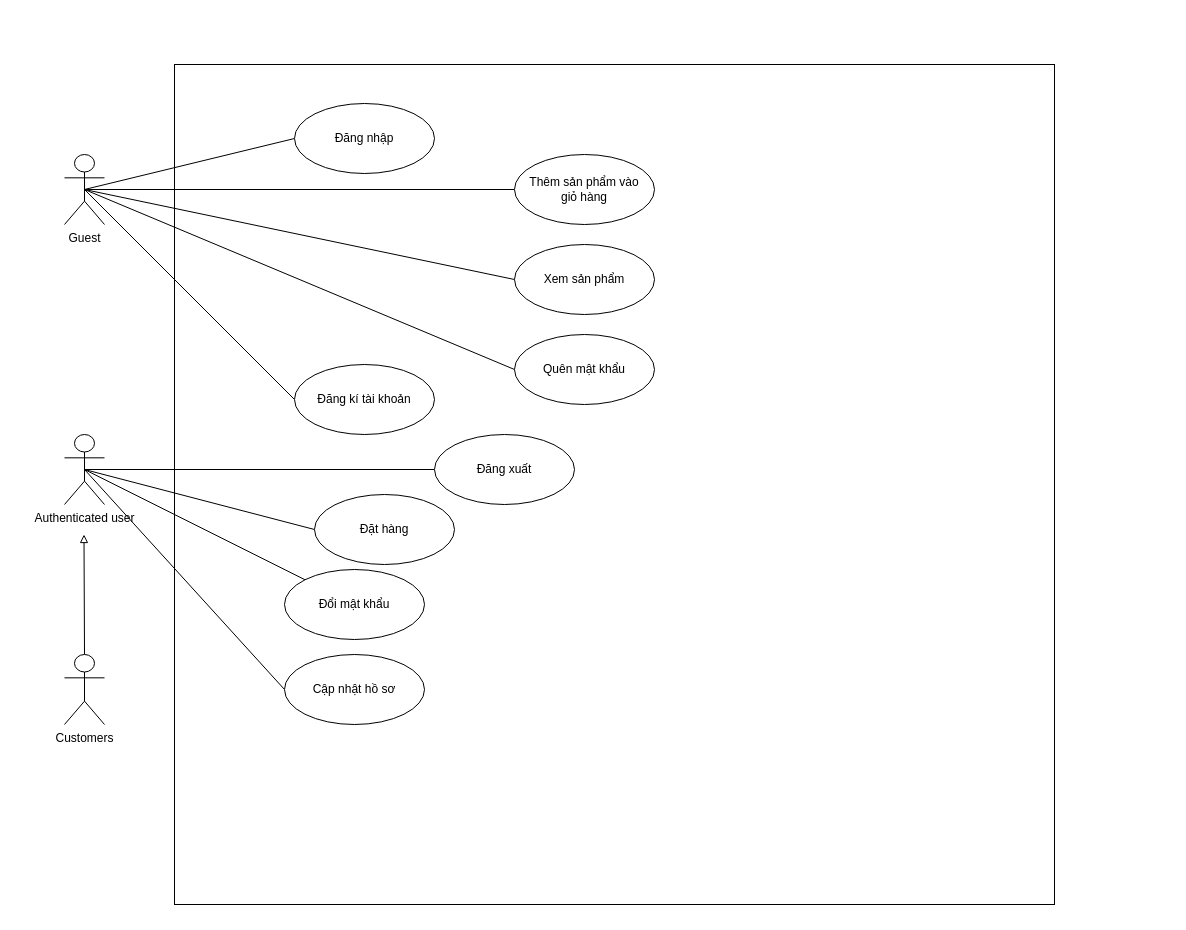
This is usecase.drawio from taitvd2508/usecase, a draw.io file, before an edit. Source tidied: cells renumbered, new cells numbered last; positions are measured from the earlier drawing's top-left corner, leaving out a move shared by most shapes. Both pictures are drawn from the tidied source at 100%, with x=0, y=0 at pixel (64, 64).
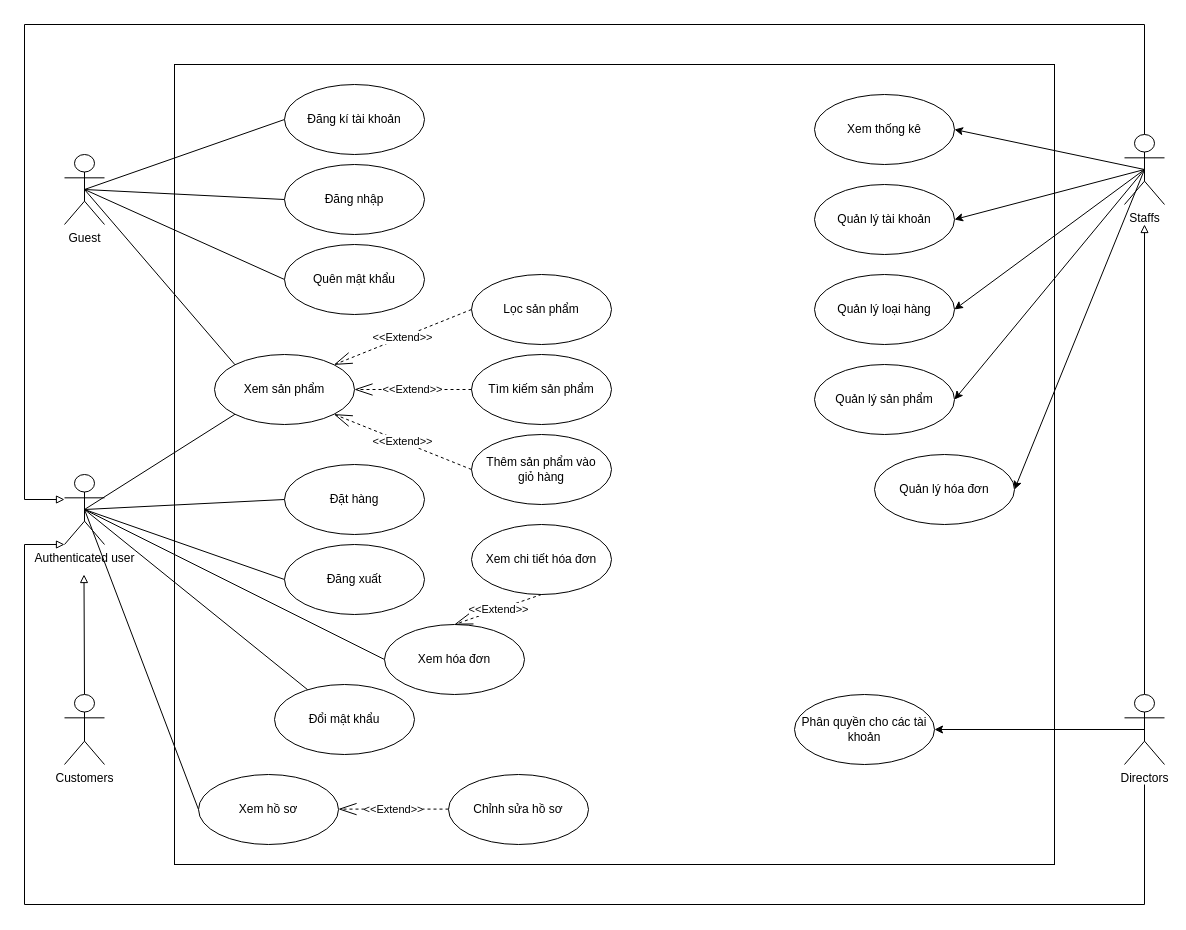
After the change.

The change refers to these unchanged cells:
```xml
<mxCell id="8" value="Guest" style="shape=umlActor;verticalLabelPosition=bottom;verticalAlign=top;html=1;outlineConnect=0;" parent="1" vertex="1">
  <mxGeometry y="90" width="40" height="70" as="geometry" />
</mxCell>
```

What changed in the source:
```diff
@@
     <mxCell id="2" style="rounded=0;whiteSpace=wrap;html=1;" parent="1" vertex="1">
-      <mxGeometry x="110" width="880" height="840" as="geometry" />
+      <mxGeometry x="110" width="880" height="800" as="geometry" />
     </mxCell>
@@
-    <mxCell id="5" style="rounded=0;jettySize=auto;html=1;exitX=0.5;exitY=0.5;exitDx=0;exitDy=0;exitPerimeter=0;entryX=0;entryY=0.5;entryDx=0;entryDy=0;endArrow=none;endFill=0;" parent="1" edge="1" source="8" target="18">
+    <mxCell id="5" style="rounded=0;jettySize=auto;html=1;exitX=0.5;exitY=0.5;exitDx=0;exitDy=0;exitPerimeter=0;entryX=0;entryY=0;entryDx=0;entryDy=0;endArrow=none;endFill=0;" parent="1" edge="1" source="8" target="18">
       <mxGeometry relative="1" as="geometry" />
     </mxCell>
-    <mxCell id="6" style="rounded=0;jettySize=auto;html=1;exitX=0.5;exitY=0.5;exitDx=0;exitDy=0;exitPerimeter=0;entryX=0;entryY=0.5;entryDx=0;entryDy=0;endArrow=none;endFill=0;" parent="1" edge="1" source="8" target="19">
-      <mxGeometry relative="1" as="geometry" />
-    </mxCell>
@@
+    <mxCell id="25" style="rounded=0;jettySize=auto;html=1;exitX=0.5;exitY=0.5;exitDx=0;exitDy=0;exitPerimeter=0;endArrow=none;endFill=0;entryX=0;entryY=1;entryDx=0;entryDy=0;" parent="1" edge="1" source="13" target="18">
+      <mxGeometry relative="1" as="geometry" />
+    </mxCell>
+    <mxCell id="26" style="edgeStyle=none;rounded=0;jettySize=auto;html=1;exitX=0.5;exitY=0.5;exitDx=0;exitDy=0;exitPerimeter=0;entryX=0;entryY=0.5;entryDx=0;entryDy=0;endArrow=none;endFill=0;" parent="1" edge="1" source="13" target="41">
+      <mxGeometry relative="1" as="geometry" />
+    </mxCell>
     <mxCell id="13" value="Authenticated user" style="shape=umlActor;verticalLabelPosition=bottom;verticalAlign=top;html=1;outlineConnect=0;" parent="1" vertex="1">
-      <mxGeometry y="370" width="40" height="70" as="geometry" />
+      <mxGeometry y="410" width="40" height="70" as="geometry" />
     </mxCell>
     <mxCell id="14" style="edgeStyle=orthogonalEdgeStyle;rounded=0;jettySize=auto;html=1;exitX=0.5;exitY=0;exitDx=0;exitDy=0;exitPerimeter=0;endArrow=block;endFill=0;" parent="1" edge="1" source="15">
       <mxGeometry relative="1" as="geometry">
-        <mxPoint x="19.5" y="470" as="targetPoint" />
+        <mxPoint x="19.5" y="510" as="targetPoint" />
       </mxGeometry>
     </mxCell>
     <mxCell id="15" value="Customers" style="shape=umlActor;verticalLabelPosition=bottom;verticalAlign=top;html=1;outlineConnect=0;" parent="1" vertex="1">
-      <mxGeometry y="590" width="40" height="70" as="geometry" />
+      <mxGeometry y="630" width="40" height="70" as="geometry" />
     </mxCell>
     <mxCell id="16" value="Đăng nhập" style="ellipse;whiteSpace=wrap;html=1;" parent="1" vertex="1">
-      <mxGeometry x="230" y="39" width="140" height="70" as="geometry" />
+      <mxGeometry x="220" y="100" width="140" height="70" as="geometry" />
     </mxCell>
     <mxCell id="17" value="Đăng kí tài khoản" style="ellipse;whiteSpace=wrap;html=1;" parent="1" vertex="1">
-      <mxGeometry x="230" y="300" width="140" height="70" as="geometry" />
+      <mxGeometry x="220" y="20" width="140" height="70" as="geometry" />
     </mxCell>
     <mxCell id="18" value="Xem sản phẩm" style="ellipse;whiteSpace=wrap;html=1;" parent="1" vertex="1">
-      <mxGeometry x="450" y="180" width="140" height="70" as="geometry" />
+      <mxGeometry x="150" y="290" width="140" height="70" as="geometry" />
     </mxCell>
     <mxCell id="19" value="Thêm sản phẩm vào &lt;br&gt;giỏ hàng" style="ellipse;whiteSpace=wrap;html=1;" parent="1" vertex="1">
-      <mxGeometry x="450" y="90" width="140" height="70" as="geometry" />
+      <mxGeometry x="407" y="370" width="140" height="70" as="geometry" />
     </mxCell>
     <mxCell id="20" value="Quên mật khẩu" style="ellipse;whiteSpace=wrap;html=1;" parent="1" vertex="1">
-      <mxGeometry x="450" y="270" width="140" height="70" as="geometry" />
+      <mxGeometry x="220" y="180" width="140" height="70" as="geometry" />
     </mxCell>
     <mxCell id="21" value="Đổi mật khẩu" style="ellipse;whiteSpace=wrap;html=1;" parent="1" vertex="1">
-      <mxGeometry x="220" y="505" width="140" height="70" as="geometry" />
+      <mxGeometry x="210" y="620" width="140" height="70" as="geometry" />
     </mxCell>
-    <mxCell id="22" value="Cập nhật hồ sơ" style="ellipse;whiteSpace=wrap;html=1;" parent="1" vertex="1">
-      <mxGeometry x="220" y="590" width="140" height="70" as="geometry" />
+    <mxCell id="22" value="Xem hồ sơ" style="ellipse;whiteSpace=wrap;html=1;" parent="1" vertex="1">
+      <mxGeometry x="134" y="710" width="140" height="70" as="geometry" />
     </mxCell>
     <mxCell id="23" value="Đặt hàng" style="ellipse;whiteSpace=wrap;html=1;" parent="1" vertex="1">
-      <mxGeometry x="250" y="430" width="140" height="70" as="geometry" />
+      <mxGeometry x="220" y="400" width="140" height="70" as="geometry" />
     </mxCell>
     <mxCell id="24" value="Đăng xuất" style="ellipse;whiteSpace=wrap;html=1;" parent="1" vertex="1">
-      <mxGeometry x="370" y="370" width="140" height="70" as="geometry" />
+      <mxGeometry x="220" y="480" width="140" height="70" as="geometry" />
     </mxCell>
+    <mxCell id="27" style="edgeStyle=none;rounded=0;jettySize=auto;html=1;exitX=0.5;exitY=0.5;exitDx=0;exitDy=0;exitPerimeter=0;entryX=1;entryY=0.5;entryDx=0;entryDy=0;" parent="1" edge="1" source="32" target="48">
+      <mxGeometry relative="1" as="geometry" />
+    </mxCell>
+    <mxCell id="28" style="edgeStyle=none;rounded=0;jettySize=auto;html=1;exitX=0.5;exitY=0.5;exitDx=0;exitDy=0;exitPerimeter=0;entryX=1;entryY=0.5;entryDx=0;entryDy=0;" parent="1" edge="1" source="32" target="49">
+      <mxGeometry relative="1" as="geometry" />
+    </mxCell>
+    <mxCell id="29" style="edgeStyle=none;rounded=0;jettySize=auto;html=1;exitX=0.5;exitY=0.5;exitDx=0;exitDy=0;exitPerimeter=0;entryX=1;entryY=0.5;entryDx=0;entryDy=0;" parent="1" edge="1" source="32" target="52">
+      <mxGeometry relative="1" as="geometry" />
+    </mxCell>
+    <mxCell id="30" style="edgeStyle=none;rounded=0;jettySize=auto;html=1;exitX=0.5;exitY=0.5;exitDx=0;exitDy=0;exitPerimeter=0;entryX=1;entryY=0.5;entryDx=0;entryDy=0;" parent="1" edge="1" source="32" target="50">
+      <mxGeometry relative="1" as="geometry" />
+    </mxCell>
+    <mxCell id="31" style="edgeStyle=none;rounded=0;jettySize=auto;html=1;exitX=0.5;exitY=0.5;exitDx=0;exitDy=0;exitPerimeter=0;entryX=1;entryY=0.5;entryDx=0;entryDy=0;" parent="1" edge="1" source="32" target="51">
+      <mxGeometry relative="1" as="geometry" />
+    </mxCell>
+    <mxCell id="32" value="Staffs" style="shape=umlActor;verticalLabelPosition=bottom;verticalAlign=top;html=1;outlineConnect=0;" parent="1" vertex="1">
+      <mxGeometry x="1060" y="70" width="40" height="70" as="geometry" />
+    </mxCell>
+    <mxCell id="33" style="edgeStyle=none;rounded=0;jettySize=auto;html=1;exitX=0.5;exitY=0.5;exitDx=0;exitDy=0;exitPerimeter=0;entryX=1;entryY=0.5;entryDx=0;entryDy=0;" parent="1" edge="1" source="35" target="53">
+      <mxGeometry relative="1" as="geometry" />
+    </mxCell>
+    <mxCell id="34" style="edgeStyle=none;rounded=0;jettySize=auto;html=1;exitX=0.5;exitY=0;exitDx=0;exitDy=0;exitPerimeter=0;endArrow=block;endFill=0;" parent="1" edge="1" source="35">
+      <mxGeometry relative="1" as="geometry">
+        <mxPoint x="1080" y="160" as="targetPoint" />
+      </mxGeometry>
+    </mxCell>
+    <mxCell id="35" value="Directors" style="shape=umlActor;verticalLabelPosition=bottom;verticalAlign=top;html=1;outlineConnect=0;" parent="1" vertex="1">
+      <mxGeometry x="1060" y="630" width="40" height="70" as="geometry" />
+    </mxCell>
+    <mxCell id="36" style="edgeStyle=orthogonalEdgeStyle;rounded=0;orthogonalLoop=1;jettySize=auto;html=1;entryX=0;entryY=0.3333333333333333;entryDx=0;entryDy=0;entryPerimeter=0;endArrow=block;endFill=0;" parent="1" edge="1">
+      <mxGeometry relative="1" as="geometry">
+        <mxPoint x="1080" y="70" as="sourcePoint" />
+        <mxPoint y="435" as="targetPoint" />
+        <Array as="points">
+          <mxPoint x="1080" y="-40" />
+          <mxPoint x="-40" y="-40" />
+          <mxPoint x="-40" y="435" />
+        </Array>
+      </mxGeometry>
+    </mxCell>
+    <mxCell id="37" value="&amp;lt;&amp;lt;Extend&amp;gt;&amp;gt;" style="endArrow=openThin;endSize=16;endFill=0;html=1;rounded=0;exitX=0;exitY=0.5;exitDx=0;exitDy=0;entryX=1;entryY=1;entryDx=0;entryDy=0;dashed=1;" parent="1" edge="1" source="19" target="18">
+      <mxGeometry relative="1" as="geometry" />
+    </mxCell>
+    <mxCell id="38" style="edgeStyle=orthogonalEdgeStyle;rounded=0;orthogonalLoop=1;jettySize=auto;html=1;entryX=0.5;entryY=0.5;entryDx=0;entryDy=0;entryPerimeter=0;endArrow=block;endFill=0;" parent="1" edge="1">
+      <mxGeometry relative="1" as="geometry">
+        <mxPoint x="1080" y="720" as="sourcePoint" />
+        <mxPoint y="480" as="targetPoint" />
+        <Array as="points">
+          <mxPoint x="1080" y="840" />
+          <mxPoint x="-40" y="840" />
+          <mxPoint x="-40" y="480" />
+        </Array>
+      </mxGeometry>
+    </mxCell>
+    <mxCell id="39" value="Chỉnh sửa hồ sơ" style="ellipse;whiteSpace=wrap;html=1;" parent="1" vertex="1">
+      <mxGeometry x="384" y="710" width="140" height="70" as="geometry" />
+    </mxCell>
+    <mxCell id="40" value="&amp;lt;&amp;lt;Extend&amp;gt;&amp;gt;" style="endArrow=openThin;endSize=16;endFill=0;html=1;rounded=0;exitX=0;exitY=0.5;exitDx=0;exitDy=0;entryX=1;entryY=0.5;entryDx=0;entryDy=0;dashed=1;" parent="1" edge="1">
+      <mxGeometry relative="1" as="geometry">
+        <mxPoint x="384" y="744.6" as="sourcePoint" />
+        <mxPoint x="274" y="744.6" as="targetPoint" />
+      </mxGeometry>
+    </mxCell>
+    <mxCell id="41" value="Xem hóa đơn" style="ellipse;whiteSpace=wrap;html=1;" parent="1" vertex="1">
+      <mxGeometry x="320" y="560" width="140" height="70" as="geometry" />
+    </mxCell>
+    <mxCell id="42" value="Xem chi tiết hóa đơn" style="ellipse;whiteSpace=wrap;html=1;" parent="1" vertex="1">
+      <mxGeometry x="407" y="460" width="140" height="70" as="geometry" />
+    </mxCell>
+    <mxCell id="43" value="&amp;lt;&amp;lt;Extend&amp;gt;&amp;gt;" style="endArrow=openThin;endSize=16;endFill=0;html=1;rounded=0;exitX=0.5;exitY=1;exitDx=0;exitDy=0;entryX=0.5;entryY=0;entryDx=0;entryDy=0;dashed=1;" parent="1" edge="1" source="42" target="41">
+      <mxGeometry relative="1" as="geometry" />
+    </mxCell>
+    <mxCell id="44" value="Tìm kiếm sản phẩm" style="ellipse;whiteSpace=wrap;html=1;" parent="1" vertex="1">
+      <mxGeometry x="407" y="290" width="140" height="70" as="geometry" />
+    </mxCell>
+    <mxCell id="45" value="Lọc sản phẩm" style="ellipse;whiteSpace=wrap;html=1;" parent="1" vertex="1">
+      <mxGeometry x="407" y="210" width="140" height="70" as="geometry" />
+    </mxCell>
+    <mxCell id="46" value="&amp;lt;&amp;lt;Extend&amp;gt;&amp;gt;" style="endArrow=openThin;endSize=16;endFill=0;html=1;rounded=0;exitX=0;exitY=0.5;exitDx=0;exitDy=0;entryX=1;entryY=0.5;entryDx=0;entryDy=0;dashed=1;" parent="1" edge="1" source="44" target="18">
+      <mxGeometry relative="1" as="geometry" />
+    </mxCell>
+    <mxCell id="47" value="&amp;lt;&amp;lt;Extend&amp;gt;&amp;gt;" style="endArrow=openThin;endSize=16;endFill=0;html=1;rounded=0;exitX=0;exitY=0.5;exitDx=0;exitDy=0;entryX=1;entryY=0;entryDx=0;entryDy=0;dashed=1;" parent="1" edge="1" source="45" target="18">
+      <mxGeometry relative="1" as="geometry" />
+    </mxCell>
+    <mxCell id="48" value="Xem thống kê" style="ellipse;whiteSpace=wrap;html=1;" parent="1" vertex="1">
+      <mxGeometry x="750" y="30" width="140" height="70" as="geometry" />
+    </mxCell>
+    <mxCell id="49" value="Quản lý tài khoản" style="ellipse;whiteSpace=wrap;html=1;" parent="1" vertex="1">
+      <mxGeometry x="750" y="120" width="140" height="70" as="geometry" />
+    </mxCell>
+    <mxCell id="50" value="Quản lý sản phẩm" style="ellipse;whiteSpace=wrap;html=1;" parent="1" vertex="1">
+      <mxGeometry x="750" y="300" width="140" height="70" as="geometry" />
+    </mxCell>
+    <mxCell id="51" value="Quản lý hóa đơn" style="ellipse;whiteSpace=wrap;html=1;" parent="1" vertex="1">
+      <mxGeometry x="810" y="390" width="140" height="70" as="geometry" />
+    </mxCell>
+    <mxCell id="52" value="Quản lý loại hàng" style="ellipse;whiteSpace=wrap;html=1;" parent="1" vertex="1">
+      <mxGeometry x="750" y="210" width="140" height="70" as="geometry" />
+    </mxCell>
+    <mxCell id="53" value="Phân quyền cho các tài khoản" style="ellipse;whiteSpace=wrap;html=1;" parent="1" vertex="1">
+      <mxGeometry x="730" y="630" width="140" height="70" as="geometry" />
+    </mxCell>
```
